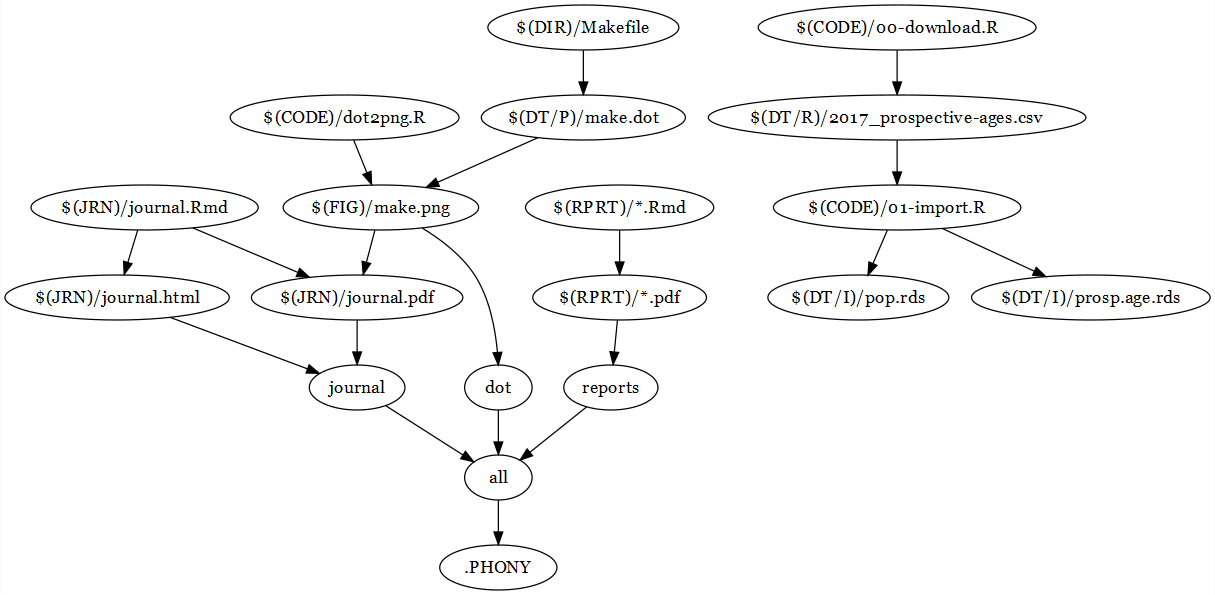
Above: figures/make.png in majazaloznik/2018-prospective_ageing_talk (Graphviz), before the change. Its source is kept beside it as data/processed/make.dot. Source of this version:
```dot
digraph G {
	rankdir="TB"
	"all"
	"journal" -> "all"
	"dot" -> "all"
	"reports" -> "all"
	".PHONY"
	"all" -> ".PHONY"
	"dot"
	"$(FIG)/make.png" -> "dot"
	"$(FIG)/make.png"
	"$(CODE)/dot2png.R" -> "$(FIG)/make.png"
	"$(DT/P)/make.dot" -> "$(FIG)/make.png"
	"$(DT/P)/make.dot"
	"$(DIR)/Makefile" -> "$(DT/P)/make.dot"
	"reports"
	"$(RPRT)/*.pdf" -> "reports"
	"$(RPRT)/*.pdf"
	"$(RPRT)/*.Rmd" -> "$(RPRT)/*.pdf"
	"journal"
	"$(JRN)/journal.html" -> "journal"
	"$(JRN)/journal.pdf" -> "journal"
	"$(JRN)/journal.pdf"
	"$(JRN)/journal.Rmd" -> "$(JRN)/journal.pdf"
	"$(FIG)/make.png" -> "$(JRN)/journal.pdf"
	"$(JRN)/journal.html"
	"$(JRN)/journal.Rmd" -> "$(JRN)/journal.html"
	"$(DT/I)/pop.rds"
	"$(CODE)/01-import.R" -> "$(DT/I)/pop.rds"
	"$(DT/I)/prosp.age.rds"
	"$(CODE)/01-import.R" -> "$(DT/I)/prosp.age.rds"
	"$(CODE)/01-import.R"
	"$(DT/R)/2017_prospective-ages.csv" -> "$(CODE)/01-import.R"
	"$(DT/R)/2017_prospective-ages.csv"
	"$(CODE)/00-download.R" -> "$(DT/R)/2017_prospective-ages.csv"
}
```
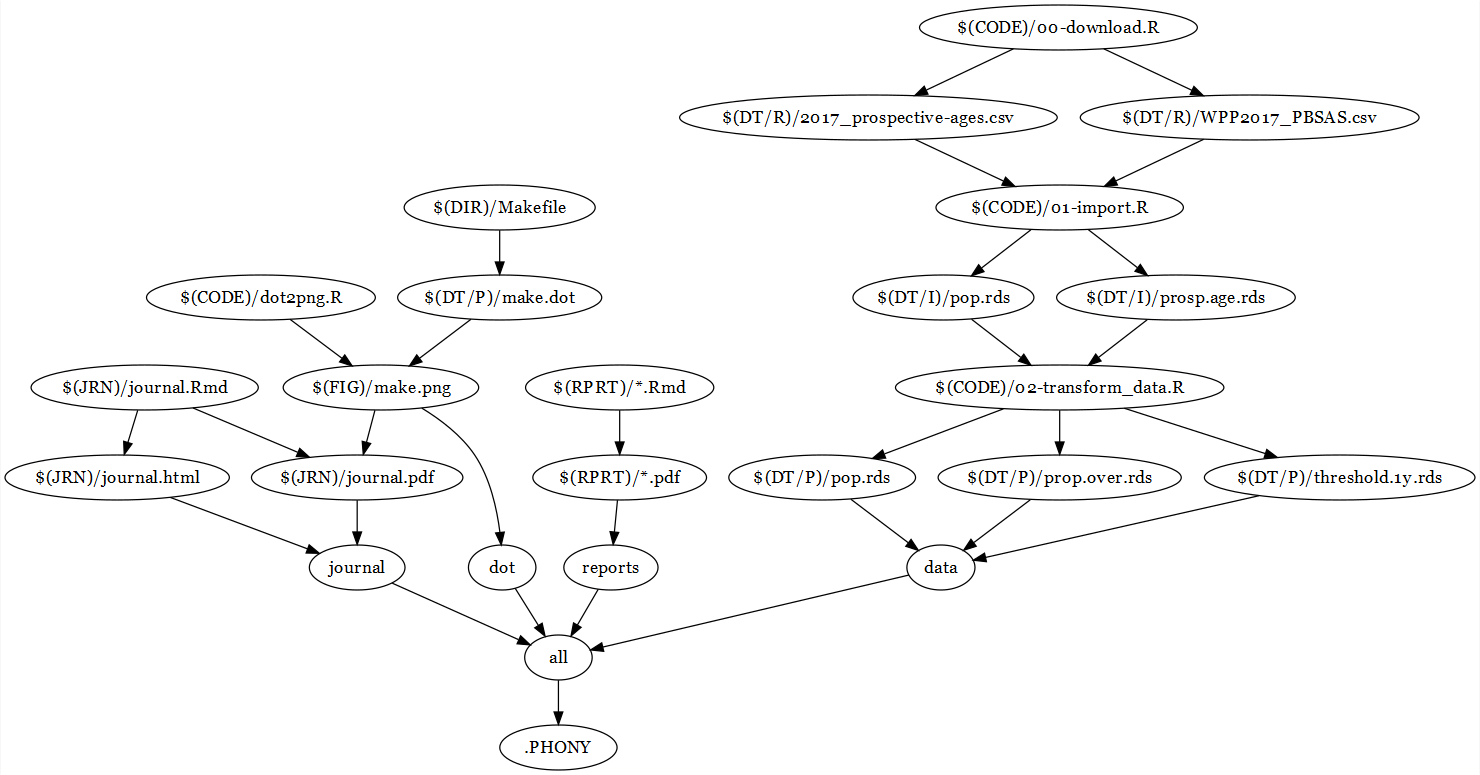
The same file after the commit.

Change to the diagram source:
```diff
@@ -4,6 +4,7 @@
 	"journal" -> "all"
 	"dot" -> "all"
 	"reports" -> "all"
+	"data" -> "all"
 	".PHONY"
 	"all" -> ".PHONY"
 	"dot"
@@ -25,12 +26,28 @@
 	"$(FIG)/make.png" -> "$(JRN)/journal.pdf"
 	"$(JRN)/journal.html"
 	"$(JRN)/journal.Rmd" -> "$(JRN)/journal.html"
+	"data"
+	"$(DT/P)/pop.rds" -> "data"
+	"$(DT/P)/prop.over.rds" -> "data"
+	"$(DT/P)/threshold.1y.rds" -> "data"
+	"$(DT/P)/pop.rds"
+	"$(CODE)/02-transform_data.R" -> "$(DT/P)/pop.rds"
+	"$(DT/P)/prop.over.rds"
+	"$(CODE)/02-transform_data.R" -> "$(DT/P)/prop.over.rds"
+	"$(DT/P)/threshold.1y.rds"
+	"$(CODE)/02-transform_data.R" -> "$(DT/P)/threshold.1y.rds"
+	"$(CODE)/02-transform_data.R"
+	"$(DT/I)/pop.rds" -> "$(CODE)/02-transform_data.R"
+	"$(DT/I)/prosp.age.rds" -> "$(CODE)/02-transform_data.R"
 	"$(DT/I)/pop.rds"
 	"$(CODE)/01-import.R" -> "$(DT/I)/pop.rds"
 	"$(DT/I)/prosp.age.rds"
 	"$(CODE)/01-import.R" -> "$(DT/I)/prosp.age.rds"
 	"$(CODE)/01-import.R"
 	"$(DT/R)/2017_prospective-ages.csv" -> "$(CODE)/01-import.R"
+	"$(DT/R)/WPP2017_PBSAS.csv" -> "$(CODE)/01-import.R"
 	"$(DT/R)/2017_prospective-ages.csv"
 	"$(CODE)/00-download.R" -> "$(DT/R)/2017_prospective-ages.csv"
+	"$(DT/R)/WPP2017_PBSAS.csv"
+	"$(CODE)/00-download.R" -> "$(DT/R)/WPP2017_PBSAS.csv"
 }
```
